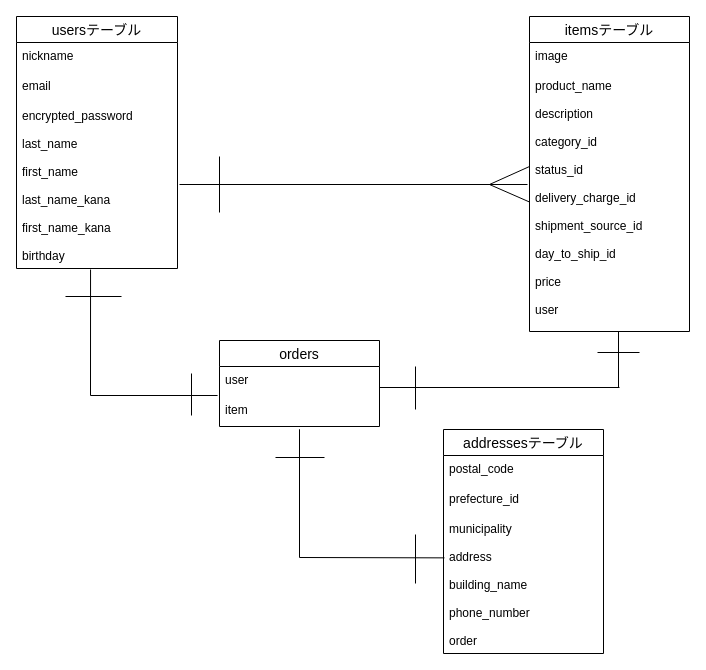
Earlier version of the draw.io diagram furima.dio (mizuha1230/furima-34287). Source tidied: cells renumbered, new cells numbered last; positions are measured from the earlier drawing's top-left corner, leaving out a move shared by most shapes. Both pictures are drawn from the tidied source at 100%, with x=0, y=0 at pixel (16, 16).
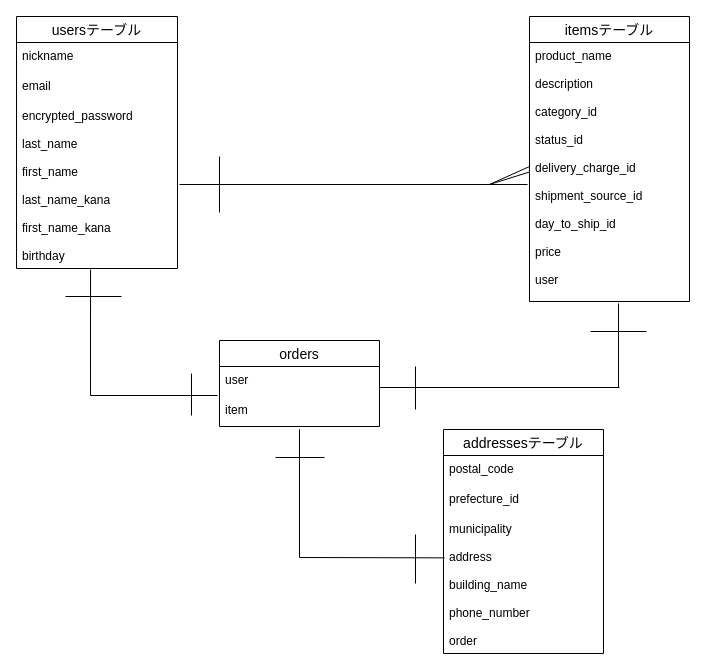
After the change.

Commit message (it also covers changes not shown here):
データベースの設計（編集３）

What changed in the source:
```diff
@@
     <mxCell id="6" value="itemsテーブル" style="swimlane;fontStyle=0;horizontal=1;startSize=26;align=center;fontSize=14;" parent="1" vertex="1">
-      <mxGeometry x="513" width="160" height="315" as="geometry" />
+      <mxGeometry x="513" width="160" height="285" as="geometry" />
     </mxCell>
-    <mxCell id="7" value="image" style="text;strokeColor=none;fillColor=none;spacingLeft=4;spacingRight=4;overflow=hidden;fontSize=12;" parent="6" vertex="1">
-      <mxGeometry y="26" width="160" height="30" as="geometry" />
-    </mxCell>
     <mxCell id="8" value="product_name&#10;&#10;description&#10;&#10;category_id&#10;&#10;status_id&#10;&#10;delivery_charge_id&#10;&#10;shipment_source_id&#10;&#10;day_to_ship_id&#10;&#10;price&#10;&#10;user&#10;" style="text;strokeColor=none;fillColor=none;spacingLeft=4;spacingRight=4;overflow=hidden;points=[[0,0.5],[1,0.5]];portConstraint=eastwest;fontSize=12;" parent="6" vertex="1">
-      <mxGeometry y="56" width="160" height="259" as="geometry" />
+      <mxGeometry y="26" width="160" height="259" as="geometry" />
     </mxCell>
@@
     <mxCell id="17" style="endArrow=none;html=1;rounded=0;" parent="1" edge="1">
       <mxGeometry relative="1" as="geometry">
-        <mxPoint x="602" y="315" as="sourcePoint" />
+        <mxPoint x="602" y="287" as="sourcePoint" />
         <mxPoint x="602" y="371" as="targetPoint" />
       </mxGeometry>
     </mxCell>
@@
-    <mxCell id="19" style="endArrow=none;html=1;rounded=0;" parent="1" edge="1">
-      <mxGeometry relative="1" as="geometry">
-        <mxPoint x="581" y="336" as="sourcePoint" />
-        <mxPoint x="623" y="336" as="targetPoint" />
-      </mxGeometry>
-    </mxCell>
@@
+    <mxCell id="29" style="endArrow=none;html=1;rounded=0;" parent="1" edge="1">
+      <mxGeometry relative="1" as="geometry">
+        <mxPoint x="574" y="315" as="sourcePoint" />
+        <mxPoint x="630" y="315" as="targetPoint" />
+      </mxGeometry>
+    </mxCell>
```
